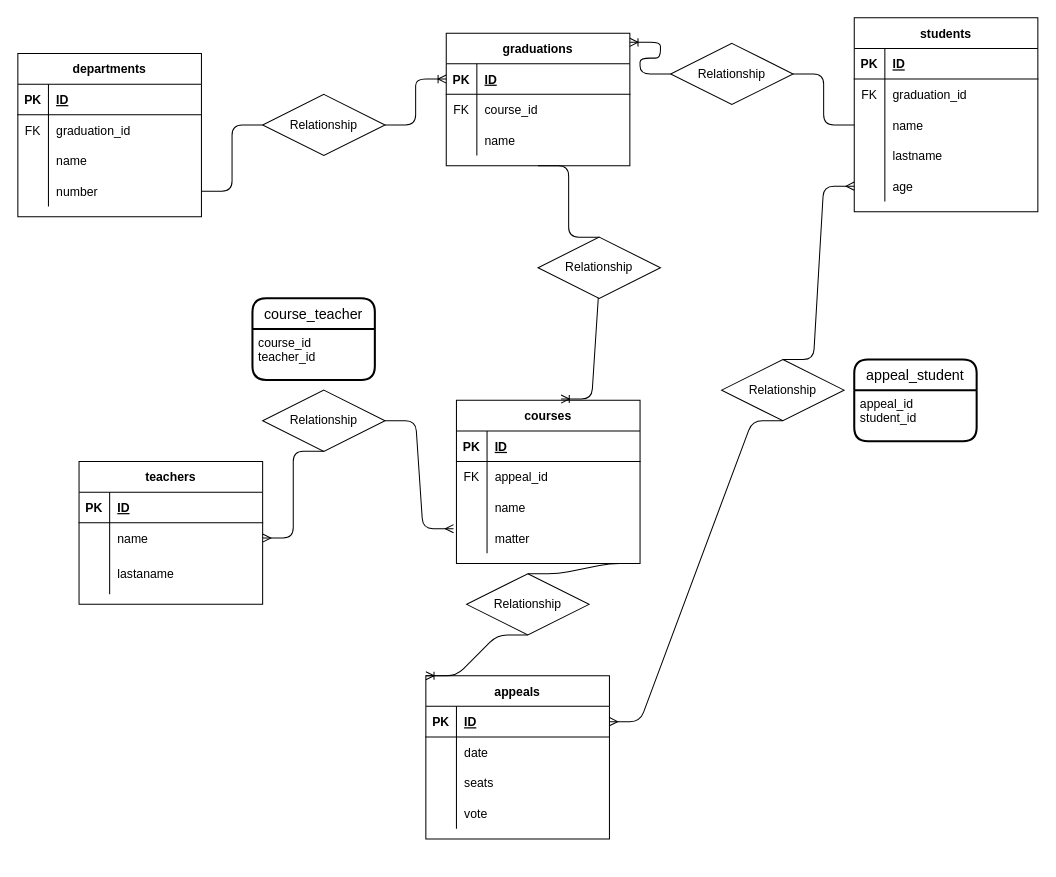
This is db-university.drawio from xXSamXx00/db-university, a draw.io file, before an edit. Source tidied: cells renumbered, new cells numbered last; positions are measured from the earlier drawing's top-left corner, leaving out a move shared by most shapes. Both pictures are drawn from the tidied source at 102%, with x=0, y=0 at pixel (17, 17).
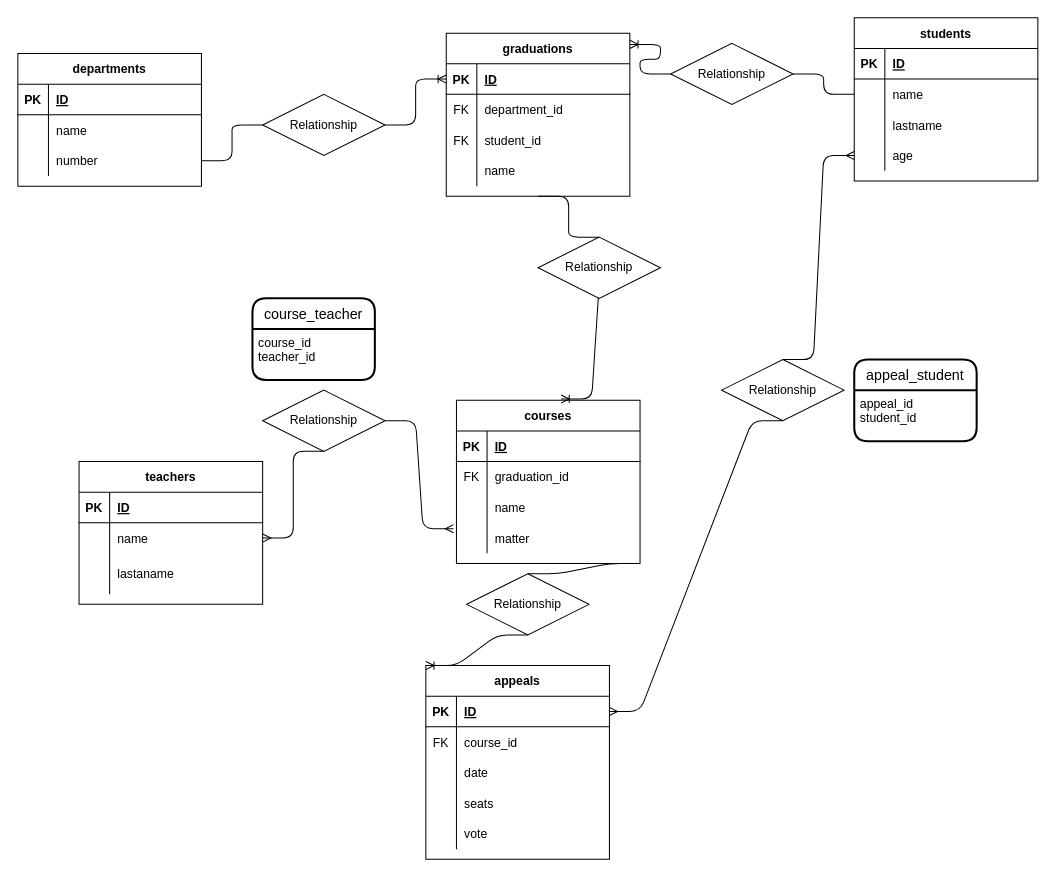
After the change.

Unchanged cells that the change refers to:
```xml
<mxCell id="19" style="shape=partialRectangle;fillColor=none;top=0;left=0;bottom=0;right=0;" parent="15" vertex="1">
  <mxGeometry y="60" width="180" height="30" as="geometry" />
</mxCell>
<mxCell id="32" style="shape=partialRectangle;fillColor=none;top=0;left=0;bottom=0;right=0;" parent="28" vertex="1">
  <mxGeometry y="60" width="180" height="30" as="geometry" />
</mxCell>
<mxCell id="63" style="shape=partialRectangle;fillColor=none;top=0;left=0;bottom=0;right=0;" parent="59" vertex="1">
  <mxGeometry y="60" width="180" height="30" as="geometry" />
</mxCell>
```

Diff of the diagram source:
```diff
@@
     <mxCell id="2" value="departments" style="shape=table;startSize=30;childLayout=tableLayout;rowLines=0;fontStyle=1;align=center;" parent="1" vertex="1">
-      <mxGeometry y="35" width="180" height="160" as="geometry" />
+      <mxGeometry y="35" width="180" height="130" as="geometry" />
     </mxCell>
@@
-    <mxCell id="6" style="shape=partialRectangle;fillColor=none;top=0;left=0;bottom=0;right=0;" parent="2" vertex="1">
-      <mxGeometry y="60" width="180" height="30" as="geometry" />
-    </mxCell>
-    <mxCell id="7" value="FK" style="shape=partialRectangle;fillColor=none;top=0;left=0;bottom=0;right=0;overflow=hidden;" parent="6" vertex="1">
-      <mxGeometry width="30" height="30" as="geometry" />
-    </mxCell>
-    <mxCell id="8" value="graduation_id" style="shape=partialRectangle;fillColor=none;top=0;left=0;bottom=0;right=0;align=left;spacingLeft=6;overflow=hidden;" parent="6" vertex="1">
-      <mxGeometry x="30" width="150" height="30" as="geometry" />
-    </mxCell>
     <mxCell id="9" style="shape=partialRectangle;fillColor=none;top=0;left=0;bottom=0;right=0;" parent="2" vertex="1">
-      <mxGeometry y="90" width="180" height="30" as="geometry" />
+      <mxGeometry y="60" width="180" height="30" as="geometry" />
     </mxCell>
@@
     <mxCell id="12" style="shape=partialRectangle;fillColor=none;top=0;left=0;bottom=0;right=0;points=[[0,0.5],[1,0.5]];portConstraint=eastwest;" parent="2" vertex="1">
-      <mxGeometry y="120" width="180" height="30" as="geometry" />
+      <mxGeometry y="90" width="180" height="30" as="geometry" />
     </mxCell>
@@
     <mxCell id="15" value="graduations" style="shape=table;startSize=30;childLayout=tableLayout;rowLines=0;fontStyle=1;align=center;" parent="1" vertex="1">
-      <mxGeometry x="420" y="15" width="180" height="130" as="geometry" />
+      <mxGeometry x="420" y="15" width="180" height="160" as="geometry" />
     </mxCell>
@@
-    <mxCell id="21" value="course_id" style="shape=partialRectangle;fillColor=none;top=0;left=0;bottom=0;right=0;align=left;spacingLeft=6;overflow=hidden;" parent="19" vertex="1">
+    <mxCell id="21" value="department_id" style="shape=partialRectangle;fillColor=none;top=0;left=0;bottom=0;right=0;align=left;spacingLeft=6;overflow=hidden;" parent="19" vertex="1">
       <mxGeometry x="30" width="150" height="30" as="geometry" />
     </mxCell>
+    <mxCell id="99" style="shape=partialRectangle;fillColor=none;top=0;left=0;bottom=0;right=0;" parent="15" vertex="1">
+      <mxGeometry y="90" width="180" height="30" as="geometry" />
+    </mxCell>
+    <mxCell id="100" value="FK" style="shape=partialRectangle;fillColor=none;top=0;left=0;bottom=0;right=0;overflow=hidden;" parent="99" vertex="1">
+      <mxGeometry width="30" height="30" as="geometry" />
+    </mxCell>
+    <mxCell id="101" value="student_id" style="shape=partialRectangle;fillColor=none;top=0;left=0;bottom=0;right=0;align=left;spacingLeft=6;overflow=hidden;" parent="99" vertex="1">
+      <mxGeometry x="30" width="150" height="30" as="geometry" />
+    </mxCell>
     <mxCell id="22" style="shape=partialRectangle;fillColor=none;top=0;left=0;bottom=0;right=0;" parent="15" vertex="1">
-      <mxGeometry y="90" width="180" height="30" as="geometry" />
+      <mxGeometry y="120" width="180" height="30" as="geometry" />
     </mxCell>
@@
-    <mxCell id="34" value="appeal_id" style="shape=partialRectangle;fillColor=none;top=0;left=0;bottom=0;right=0;align=left;spacingLeft=6;overflow=hidden;" parent="32" vertex="1">
+    <mxCell id="34" value="graduation_id" style="shape=partialRectangle;fillColor=none;top=0;left=0;bottom=0;right=0;align=left;spacingLeft=6;overflow=hidden;" parent="32" vertex="1">
       <mxGeometry x="30" width="150" height="30" as="geometry" />
     </mxCell>
@@
     <mxCell id="59" value="appeals" style="shape=table;startSize=30;childLayout=tableLayout;rowLines=0;fontStyle=1;align=center;" parent="1" vertex="1">
-      <mxGeometry x="400" y="645" width="180" height="160" as="geometry" />
+      <mxGeometry x="400" y="635" width="180" height="190" as="geometry" />
     </mxCell>
@@
-    <mxCell id="64" style="shape=partialRectangle;fillColor=none;top=0;left=0;bottom=0;right=0;overflow=hidden;" parent="63" vertex="1">
+    <mxCell id="64" value="FK" style="shape=partialRectangle;fillColor=none;top=0;left=0;bottom=0;right=0;overflow=hidden;" parent="63" vertex="1">
       <mxGeometry width="30" height="30" as="geometry" />
     </mxCell>
-    <mxCell id="65" value="date" style="shape=partialRectangle;fillColor=none;top=0;left=0;bottom=0;right=0;align=left;spacingLeft=6;overflow=hidden;" parent="63" vertex="1">
+    <mxCell id="65" value="course_id" style="shape=partialRectangle;fillColor=none;top=0;left=0;bottom=0;right=0;align=left;spacingLeft=6;overflow=hidden;" parent="63" vertex="1">
       <mxGeometry x="30" width="150" height="30" as="geometry" />
     </mxCell>
+    <mxCell id="102" style="shape=partialRectangle;fillColor=none;top=0;left=0;bottom=0;right=0;" parent="59" vertex="1">
+      <mxGeometry y="90" width="180" height="30" as="geometry" />
+    </mxCell>
+    <mxCell id="103" style="shape=partialRectangle;fillColor=none;top=0;left=0;bottom=0;right=0;overflow=hidden;" parent="102" vertex="1">
+      <mxGeometry width="30" height="30" as="geometry" />
+    </mxCell>
+    <mxCell id="104" value="date" style="shape=partialRectangle;fillColor=none;top=0;left=0;bottom=0;right=0;align=left;spacingLeft=6;overflow=hidden;" parent="102" vertex="1">
+      <mxGeometry x="30" width="150" height="30" as="geometry" />
+    </mxCell>
     <mxCell id="66" style="shape=partialRectangle;fillColor=none;top=0;left=0;bottom=0;right=0;" parent="59" vertex="1">
-      <mxGeometry y="90" width="180" height="30" as="geometry" />
+      <mxGeometry y="120" width="180" height="30" as="geometry" />
     </mxCell>
@@
     <mxCell id="69" style="shape=partialRectangle;fillColor=none;top=0;left=0;bottom=0;right=0;" parent="59" vertex="1">
-      <mxGeometry y="120" width="180" height="30" as="geometry" />
+      <mxGeometry y="150" width="180" height="30" as="geometry" />
     </mxCell>
@@
     <mxCell id="75" value="students" style="shape=table;startSize=30;childLayout=tableLayout;rowLines=0;fontStyle=1;align=center;" parent="1" vertex="1">
-      <mxGeometry x="820" width="180" height="190" as="geometry" />
+      <mxGeometry x="820" width="180" height="160" as="geometry" />
     </mxCell>
@@
-    <mxCell id="79" style="shape=partialRectangle;fillColor=none;top=0;left=0;bottom=0;right=0;" parent="75" vertex="1">
-      <mxGeometry y="60" width="180" height="30" as="geometry" />
-    </mxCell>
-    <mxCell id="80" value="FK" style="shape=partialRectangle;fillColor=none;top=0;left=0;bottom=0;right=0;overflow=hidden;" parent="79" vertex="1">
-      <mxGeometry width="30" height="30" as="geometry" />
-    </mxCell>
-    <mxCell id="81" value="graduation_id" style="shape=partialRectangle;fillColor=none;top=0;left=0;bottom=0;right=0;align=left;spacingLeft=6;overflow=hidden;" parent="79" vertex="1">
-      <mxGeometry x="30" width="150" height="30" as="geometry" />
-    </mxCell>
     <mxCell id="82" style="shape=partialRectangle;fillColor=none;top=0;left=0;bottom=0;right=0;points=[[0,0.5],[1,0.5]];portConstraint=eastwest;" parent="75" vertex="1">
-      <mxGeometry y="90" width="180" height="30" as="geometry" />
+      <mxGeometry y="60" width="180" height="30" as="geometry" />
     </mxCell>
@@
     <mxCell id="85" style="shape=partialRectangle;fillColor=none;top=0;left=0;bottom=0;right=0;" parent="75" vertex="1">
-      <mxGeometry y="120" width="180" height="30" as="geometry" />
+      <mxGeometry y="90" width="180" height="30" as="geometry" />
     </mxCell>
@@
     <mxCell id="88" style="shape=partialRectangle;fillColor=none;top=0;left=0;bottom=0;right=0;points=[[0,0.5],[1,0.5]];portConstraint=eastwest;" parent="75" vertex="1">
-      <mxGeometry y="150" width="180" height="30" as="geometry" />
+      <mxGeometry y="120" width="180" height="30" as="geometry" />
     </mxCell>
@@
+    <mxCell id="105" style="shape=partialRectangle;fillColor=none;top=0;left=0;bottom=0;right=0;" parent="1" vertex="1">
+      <mxGeometry x="420" y="105" width="180" height="30" as="geometry" />
+    </mxCell>
+    <mxCell id="106" style="shape=partialRectangle;fillColor=none;top=0;left=0;bottom=0;right=0;overflow=hidden;" parent="105" vertex="1">
+      <mxGeometry width="30" height="30" as="geometry" />
+    </mxCell>
```
